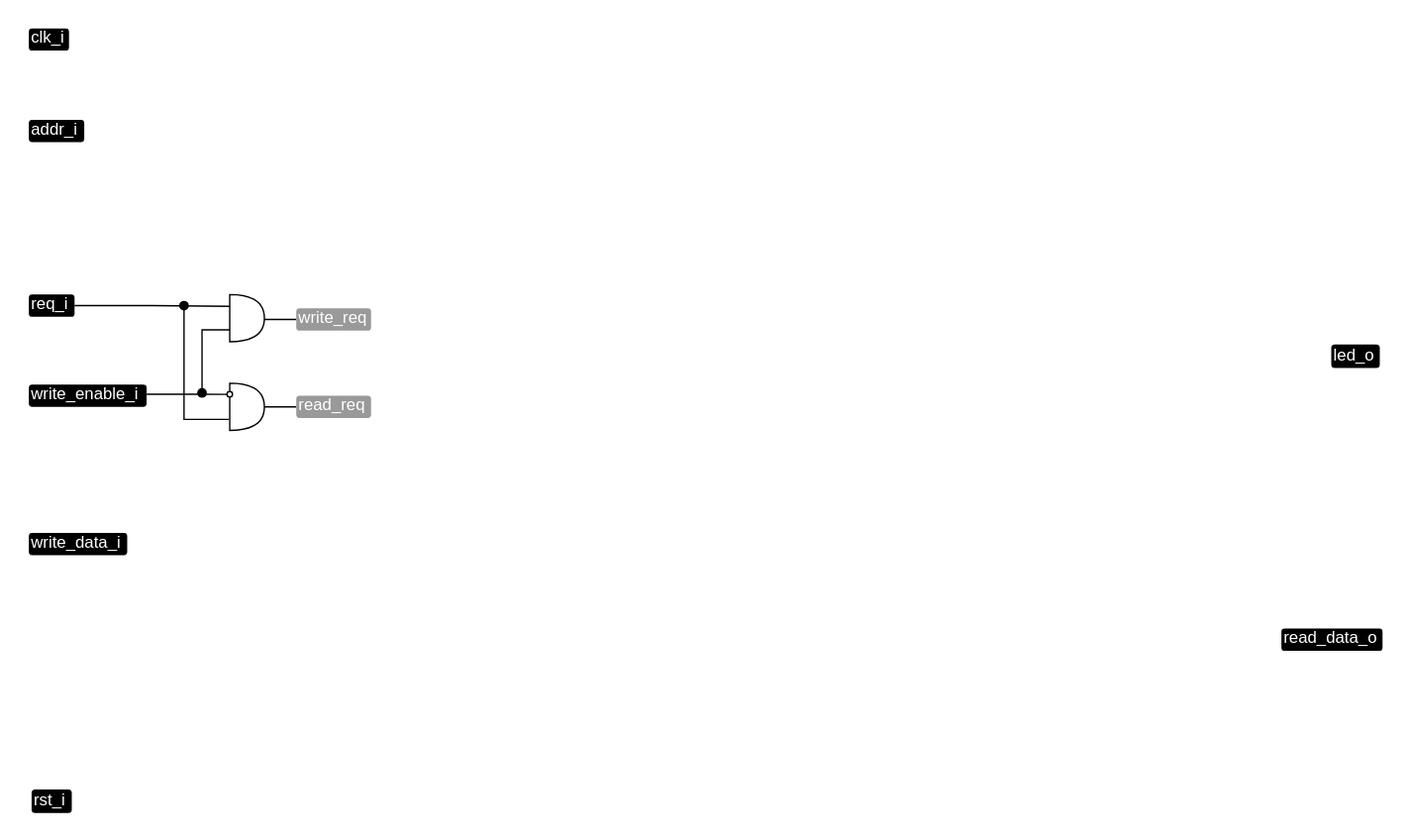
Above: .pic/Basic Verilog structures/controllers/fig_02.drawio.svg in MPSU/APS (draw.io), before the change. Source tidied: cells renumbered, new cells last; positions are measured from the earlier drawing's top-left corner, leaving out a move shared by most shapes.
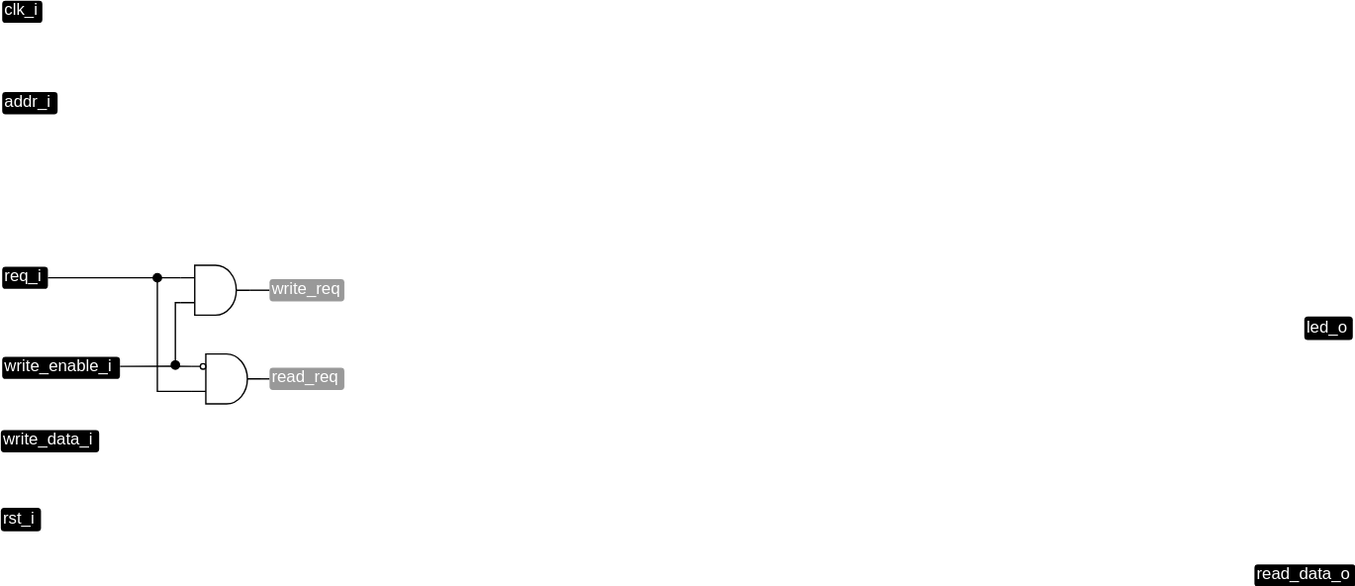
After the commit.

The edit, as a diff of the source:
```diff
@@ -6,76 +6,74 @@
       <mxGeometry width="29" height="16" as="geometry" />
     </mxCell>
     <mxCell id="3" value="rst_i" style="text;html=1;strokeColor=none;fillColor=#000000;align=left;verticalAlign=middle;whiteSpace=wrap;rounded=1;fontColor=#FFFFFF;spacingBottom=2;" parent="1" vertex="1">
-      <mxGeometry x="2" y="549" width="29" height="17" as="geometry" />
+      <mxGeometry x="-1" y="366" width="29" height="17" as="geometry" />
     </mxCell>
-    <mxCell id="4" value="write_data_i" style="text;html=1;strokeColor=none;fillColor=#000000;align=left;verticalAlign=middle;whiteSpace=wrap;rounded=1;fontColor=#FFFFFF;spacingBottom=2;" parent="1" vertex="1">
-      <mxGeometry y="364" width="71" height="16" as="geometry" />
+    <mxCell id="4" value="addr_i" style="text;html=1;strokeColor=none;fillColor=#000000;align=left;verticalAlign=middle;whiteSpace=wrap;rounded=1;fontColor=#FFFFFF;spacingBottom=2;" parent="1" vertex="1">
+      <mxGeometry y="66" width="40" height="16" as="geometry" />
     </mxCell>
-    <mxCell id="5" value="addr_i" style="text;html=1;strokeColor=none;fillColor=#000000;align=left;verticalAlign=middle;whiteSpace=wrap;rounded=1;fontColor=#FFFFFF;spacingBottom=2;" parent="1" vertex="1">
-      <mxGeometry y="66" width="40" height="16" as="geometry" />
+    <mxCell id="5" style="edgeStyle=orthogonalEdgeStyle;rounded=0;jettySize=auto;html=1;exitX=1.001;exitY=0.433;exitDx=0;exitDy=0;endArrow=none;endFill=0;exitPerimeter=0;entryX=0;entryY=0.25;entryDx=0;entryDy=0;entryPerimeter=0;" parent="1" edge="1" source="6" target="17">
+      <mxGeometry relative="1" as="geometry">
+        <Array as="points">
+          <mxPoint x="120" y="264" />
+        </Array>
+      </mxGeometry>
     </mxCell>
-    <mxCell id="6" style="edgeStyle=orthogonalEdgeStyle;rounded=0;jettySize=auto;html=1;exitX=1.001;exitY=0.433;exitDx=0;exitDy=0;endArrow=none;endFill=0;exitPerimeter=0;" parent="1" edge="1" source="7">
-      <mxGeometry relative="1" as="geometry">
-        <mxPoint x="145" y="264" as="targetPoint" />
-        <Array as="points">
-          <mxPoint x="120" y="264" />
-        </Array>
-      </mxGeometry>
+    <mxCell id="6" value="write_enable_i" style="text;html=1;strokeColor=none;fillColor=#000000;align=left;verticalAlign=middle;whiteSpace=wrap;rounded=1;fontColor=#FFFFFF;spacingBottom=2;" parent="1" vertex="1">
+      <mxGeometry y="257" width="85" height="16" as="geometry" />
     </mxCell>
-    <mxCell id="7" value="write_enable_i" style="text;html=1;strokeColor=none;fillColor=#000000;align=left;verticalAlign=middle;whiteSpace=wrap;rounded=1;fontColor=#FFFFFF;spacingBottom=2;" parent="1" vertex="1">
-      <mxGeometry y="257" width="85" height="16" as="geometry" />
+    <mxCell id="7" style="edgeStyle=orthogonalEdgeStyle;rounded=0;jettySize=auto;html=1;exitX=1;exitY=0.5;exitDx=0;exitDy=0;entryX=0;entryY=0.25;entryDx=0;entryDy=0;entryPerimeter=0;endArrow=none;endFill=0;" parent="1" edge="1" source="8" target="19">
+      <mxGeometry relative="1" as="geometry" />
     </mxCell>
-    <mxCell id="8" style="edgeStyle=orthogonalEdgeStyle;rounded=0;jettySize=auto;html=1;exitX=1;exitY=0.5;exitDx=0;exitDy=0;entryX=0;entryY=0.25;entryDx=0;entryDy=0;entryPerimeter=0;endArrow=none;endFill=0;" parent="1" edge="1" source="9" target="12">
-      <mxGeometry relative="1" as="geometry" />
+    <mxCell id="8" value="req_i" style="text;html=1;strokeColor=none;fillColor=#000000;align=left;verticalAlign=middle;whiteSpace=wrap;rounded=1;fontColor=#FFFFFF;spacingBottom=2;" parent="1" vertex="1">
+      <mxGeometry y="192" width="33" height="16" as="geometry" />
     </mxCell>
-    <mxCell id="9" value="req_i" style="text;html=1;strokeColor=none;fillColor=#000000;align=left;verticalAlign=middle;whiteSpace=wrap;rounded=1;fontColor=#FFFFFF;spacingBottom=2;" parent="1" vertex="1">
-      <mxGeometry y="192" width="33" height="16" as="geometry" />
+    <mxCell id="9" style="endArrow=none;html=1;rounded=0;exitX=1;exitY=0.5;exitDx=0;exitDy=0;exitPerimeter=0;entryX=0;entryY=0.5;entryDx=0;entryDy=0;" parent="1" edge="1" source="19" target="11">
+      <mxGeometry relative="1" as="geometry" />
     </mxCell>
-    <mxCell id="10" style="endArrow=none;html=1;rounded=0;" parent="1" edge="1">
+    <mxCell id="10" style="edgeStyle=orthogonalEdgeStyle;rounded=0;jettySize=auto;html=1;exitX=0;exitY=0.75;exitDx=0;exitDy=0;exitPerimeter=0;endArrow=oval;endFill=1;" parent="1" edge="1" source="19">
       <mxGeometry relative="1" as="geometry">
-        <mxPoint x="170" y="210" as="sourcePoint" />
-        <mxPoint x="193" y="210" as="targetPoint" />
+        <mxPoint x="125" y="263" as="targetPoint" />
+        <Array as="points">
+          <mxPoint x="125" y="218" />
+        </Array>
       </mxGeometry>
     </mxCell>
-    <mxCell id="11" style="edgeStyle=orthogonalEdgeStyle;rounded=0;jettySize=auto;html=1;exitX=0;exitY=0.75;exitDx=0;exitDy=0;exitPerimeter=0;endArrow=oval;endFill=1;" parent="1" edge="1" source="12">
-      <mxGeometry relative="1" as="geometry">
-        <mxPoint x="125" y="263" as="targetPoint" />
-      </mxGeometry>
+    <mxCell id="11" value="write_req" style="text;html=1;strokeColor=none;fillColor=#999999;align=left;verticalAlign=middle;whiteSpace=wrap;rounded=1;fontColor=#FFFFFF;spacingBottom=2;" parent="1" vertex="1">
+      <mxGeometry x="193" y="201" width="54" height="16" as="geometry" />
     </mxCell>
-    <mxCell id="12" style="shape=or;whiteSpace=wrap;html=1;" parent="1" vertex="1">
-      <mxGeometry x="145" y="192" width="25" height="34" as="geometry" />
+    <mxCell id="12" style="endArrow=oval;html=1;rounded=0;startArrow=none;startFill=0;endFill=1;exitX=0;exitY=0.75;exitDx=0;exitDy=0;exitPerimeter=0;" parent="1" edge="1" source="17">
+      <mxGeometry relative="1" as="geometry">
+        <mxPoint x="112" y="200" as="targetPoint" />
+        <Array as="points">
+          <mxPoint x="112" y="282" />
+        </Array>
+      </mxGeometry>
     </mxCell>
-    <mxCell id="13" value="write_req" style="text;html=1;strokeColor=none;fillColor=#999999;align=left;verticalAlign=middle;whiteSpace=wrap;rounded=1;fontColor=#FFFFFF;spacingBottom=2;" parent="1" vertex="1">
-      <mxGeometry x="193" y="202" width="54" height="16" as="geometry" />
+    <mxCell id="13" style="endArrow=none;html=1;rounded=0;exitX=1;exitY=0.5;exitDx=0;exitDy=0;exitPerimeter=0;" parent="1" edge="1" source="17">
+      <mxGeometry relative="1" as="geometry">
+        <mxPoint x="193" y="273" as="targetPoint" />
+      </mxGeometry>
     </mxCell>
-    <mxCell id="14" style="shape=or;whiteSpace=wrap;html=1;" parent="1" vertex="1">
-      <mxGeometry x="145" y="256" width="25" height="34" as="geometry" />
+    <mxCell id="14" value="read_req" style="text;html=1;strokeColor=none;fillColor=#999999;align=left;verticalAlign=middle;whiteSpace=wrap;rounded=1;fontColor=#FFFFFF;spacingBottom=2;" parent="1" vertex="1">
+      <mxGeometry x="193" y="265" width="54" height="16" as="geometry" />
     </mxCell>
-    <mxCell id="15" style="endArrow=oval;html=1;rounded=0;startArrow=none;startFill=0;endFill=1;exitX=-0.021;exitY=0.766;exitDx=0;exitDy=0;exitPerimeter=0;" parent="1" edge="1" source="14">
-      <mxGeometry relative="1" as="geometry">
-        <mxPoint x="112" y="200" as="targetPoint" />
-        <Array as="points">
-          <mxPoint x="112" y="282" />
-        </Array>
-      </mxGeometry>
+    <mxCell id="15" value="led_o" style="text;html=1;strokeColor=none;fillColor=#000000;align=left;verticalAlign=middle;whiteSpace=wrap;rounded=1;fontColor=#FFFFFF;spacingBottom=2;" parent="1" vertex="1">
+      <mxGeometry x="940" y="228" width="35" height="17" as="geometry" />
     </mxCell>
-    <mxCell id="16" style="ellipse;whiteSpace=wrap;html=1;" parent="1" vertex="1">
-      <mxGeometry x="143" y="262" width="4" height="4" as="geometry" />
+    <mxCell id="16" value="read_data_o" style="text;html=1;strokeColor=none;fillColor=#000000;align=left;verticalAlign=middle;whiteSpace=wrap;rounded=1;fontColor=#FFFFFF;spacingBottom=2;" parent="1" vertex="1">
+      <mxGeometry x="904" y="407" width="73" height="16" as="geometry" />
     </mxCell>
-    <mxCell id="17" style="endArrow=none;html=1;rounded=0;" parent="1" edge="1">
-      <mxGeometry relative="1" as="geometry">
-        <mxPoint x="170" y="273" as="sourcePoint" />
-        <mxPoint x="193" y="273" as="targetPoint" />
-      </mxGeometry>
+    <mxCell id="17" style="verticalLabelPosition=bottom;shadow=0;dashed=0;align=center;html=1;verticalAlign=top;shape=mxgraph.electrical.logic_gates.logic_gate;operation=and;" parent="1" vertex="1">
+      <mxGeometry x="137" y="255" width="50" height="36" as="geometry" />
     </mxCell>
-    <mxCell id="18" value="read_req" style="text;html=1;strokeColor=none;fillColor=#999999;align=left;verticalAlign=middle;whiteSpace=wrap;rounded=1;fontColor=#FFFFFF;spacingBottom=2;" parent="1" vertex="1">
-      <mxGeometry x="193" y="265" width="54" height="16" as="geometry" />
+    <mxCell id="18" style="ellipse;whiteSpace=wrap;html=1;" parent="1" vertex="1">
+      <mxGeometry x="143" y="262" width="4" height="4" as="geometry" />
     </mxCell>
-    <mxCell id="19" value="led_o" style="text;html=1;strokeColor=none;fillColor=#000000;align=left;verticalAlign=middle;whiteSpace=wrap;rounded=1;fontColor=#FFFFFF;spacingBottom=2;" parent="1" vertex="1">
-      <mxGeometry x="940" y="228" width="35" height="17" as="geometry" />
+    <mxCell id="19" style="verticalLabelPosition=bottom;shadow=0;dashed=0;align=center;html=1;verticalAlign=top;shape=mxgraph.electrical.logic_gates.logic_gate;operation=and;" parent="1" vertex="1">
+      <mxGeometry x="129" y="191" width="50" height="36" as="geometry" />
     </mxCell>
-    <mxCell id="20" value="read_data_o" style="text;html=1;strokeColor=none;fillColor=#000000;align=left;verticalAlign=middle;whiteSpace=wrap;rounded=1;fontColor=#FFFFFF;spacingBottom=2;" parent="1" vertex="1">
-      <mxGeometry x="904" y="433" width="73" height="16" as="geometry" />
+    <mxCell id="20" value="write_data_i" style="text;html=1;strokeColor=none;fillColor=#000000;align=left;verticalAlign=middle;whiteSpace=wrap;rounded=1;fontColor=#FFFFFF;spacingBottom=2;" parent="1" vertex="1">
+      <mxGeometry x="-1" y="310" width="71" height="16" as="geometry" />
     </mxCell>
   </root>
 </mxGraphModel>
```
